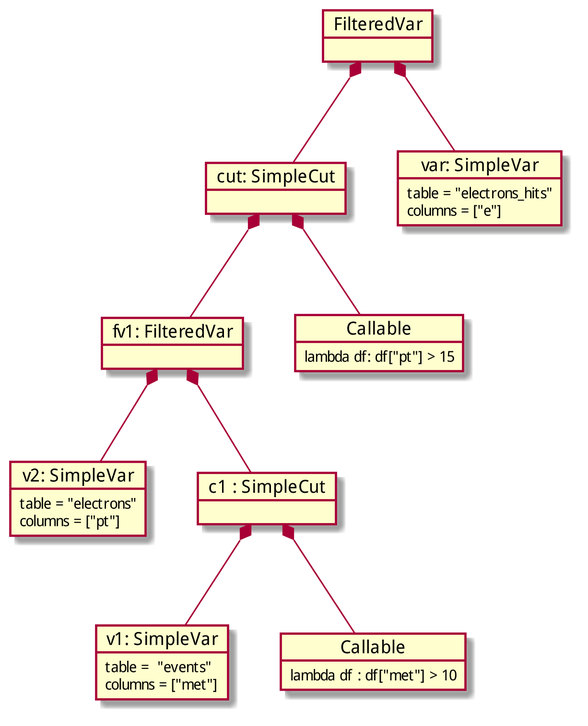
Above: docs/diagrams/fv-uc-03.png in marcpaterno/pandana3-design (PlantUML), before the change. The source it was exported from:
```plantuml
@startuml
skinparam dpi 300

object "v2: SimpleVar" as var {
  table = "electrons"
  columns = ["pt"]
}

object "c1 : SimpleCut" as cut {
}

object "v1: SimpleVar" as met {
  table =  "events"
  columns = ["met"]
}

object "fv1: FilteredVar" as fv1 {
}

object "Callable" as pred {
 lambda df : df["met"] > 10
}

object "FilteredVar" as fv2 {
}

object "cut: SimpleCut" as cut2 {
}

object "var: SimpleVar" as hits {
  table = "electrons_hits"
  columns = ["e"]
}

object "Callable" as pred2 {
  lambda df: df["pt"] > 15
}

cut *-- met
cut *-- pred
fv1 *-- var
fv1 *-- cut

fv2 *-- hits
fv2 *-- cut2

cut2 *-- fv1
cut2 *-- pred2

@enduml
```
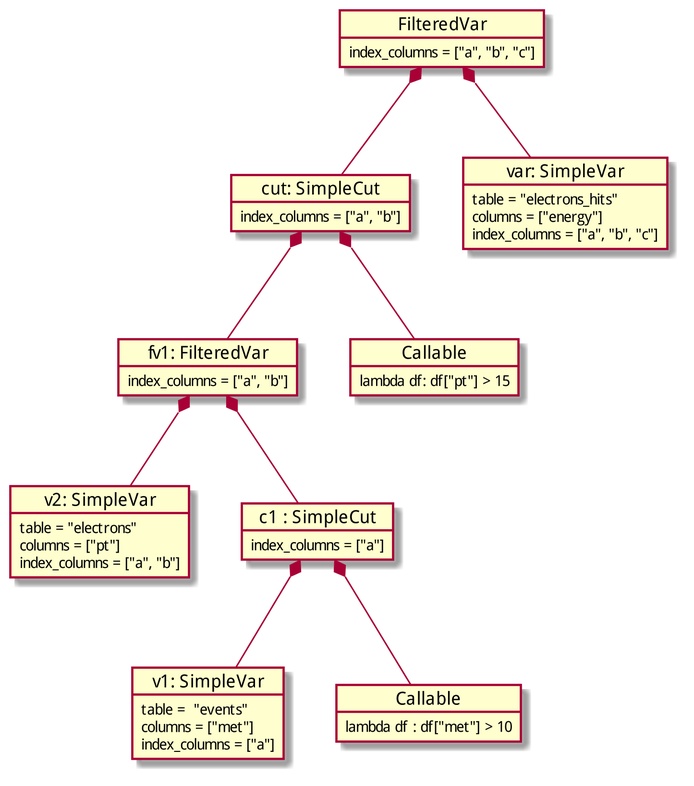
The same diagram one commit later.

Change to the diagram source:
```diff
@@ -4,17 +4,21 @@
 object "v2: SimpleVar" as var {
   table = "electrons"
   columns = ["pt"]
+  index_columns = ["a", "b"]
 }
 
 object "c1 : SimpleCut" as cut {
+  index_columns = ["a"]
 }
 
 object "v1: SimpleVar" as met {
   table =  "events"
   columns = ["met"]
+  index_columns = ["a"]
 }
 
 object "fv1: FilteredVar" as fv1 {
+  index_columns = ["a", "b"]
 }
 
 object "Callable" as pred {
@@ -22,14 +26,17 @@
 }
 
 object "FilteredVar" as fv2 {
+  index_columns = ["a", "b", "c"]
 }
 
 object "cut: SimpleCut" as cut2 {
+  index_columns = ["a", "b"]
 }
 
 object "var: SimpleVar" as hits {
   table = "electrons_hits"
-  columns = ["e"]
+  columns = ["energy"]
+  index_columns = ["a", "b", "c"]
 }
 
 object "Callable" as pred2 {
```
